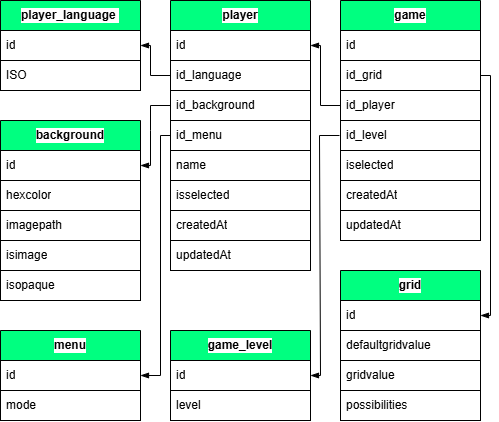
The draw.io diagram .myresources/design_and_modeling/merise/MPD.drawio.png in Lob2018/SudokuFX, before a commit. Source tidied: cells renumbered, new cells last; positions are measured from the earlier drawing's top-left corner, leaving out a move shared by most shapes.
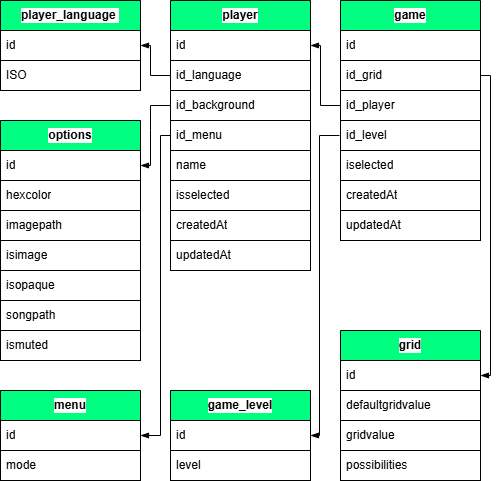
After the commit.

The edit, as a diff of the source:
```diff
@@ -71,7 +71,7 @@
       <mxGeometry y="210" width="140" height="30" as="geometry" />
     </mxCell>
     <mxCell id="23" value="grid" style="swimlane;fontStyle=1;horizontal=1;startSize=30;whiteSpace=wrap;html=1;swimlaneLine=1;fontColor=#000000;labelBorderColor=none;strokeColor=#000000;fillColor=#00FF80;swimlaneFillColor=none;gradientColor=none;labelBackgroundColor=#FFFFFF;" parent="1" vertex="1">
-      <mxGeometry x="340" y="270" width="140" height="150" as="geometry" />
+      <mxGeometry x="340" y="330" width="140" height="150" as="geometry" />
     </mxCell>
     <mxCell id="24" value="id" style="text;strokeColor=#000000;fillColor=#FFFFFF;align=left;verticalAlign=middle;spacingLeft=4;spacingRight=4;overflow=hidden;points=[[0,0.5],[1,0.5]];portConstraint=eastwest;whiteSpace=wrap;html=1;fontColor=#000000;labelBorderColor=none;swimlaneFillColor=none;gradientColor=none;labelBackgroundColor=#FFFFFF;" parent="23" vertex="1">
       <mxGeometry y="30" width="140" height="30" as="geometry" />
@@ -85,8 +85,8 @@
     <mxCell id="27" value="possibilities" style="text;strokeColor=#000000;fillColor=#FFFFFF;align=left;verticalAlign=middle;spacingLeft=4;spacingRight=4;overflow=hidden;whiteSpace=wrap;html=1;fontColor=#000000;labelBorderColor=none;swimlaneFillColor=none;gradientColor=none;labelBackgroundColor=#FFFFFF;" parent="23" vertex="1">
       <mxGeometry y="120" width="140" height="30" as="geometry" />
     </mxCell>
-    <mxCell id="28" value="background" style="swimlane;fontStyle=1;horizontal=1;startSize=30;whiteSpace=wrap;html=1;swimlaneLine=1;fontColor=#000000;labelBorderColor=none;strokeColor=#000000;fillColor=#00FF80;swimlaneFillColor=none;gradientColor=none;labelBackgroundColor=#FFFFFF;" parent="1" vertex="1">
-      <mxGeometry y="120" width="140" height="150" as="geometry" />
+    <mxCell id="28" value="options" style="swimlane;fontStyle=1;horizontal=1;startSize=30;whiteSpace=wrap;html=1;swimlaneLine=1;fontColor=#000000;labelBorderColor=none;strokeColor=#000000;fillColor=#00FF80;swimlaneFillColor=none;gradientColor=none;labelBackgroundColor=#FFFFFF;" parent="1" vertex="1">
+      <mxGeometry y="120" width="140" height="240" as="geometry" />
     </mxCell>
     <mxCell id="29" value="id" style="text;strokeColor=#000000;fillColor=#FFFFFF;align=left;verticalAlign=middle;spacingLeft=4;spacingRight=4;overflow=hidden;points=[[0,0.5],[1,0.5]];portConstraint=eastwest;whiteSpace=wrap;html=1;fontColor=#000000;labelBorderColor=none;swimlaneFillColor=none;gradientColor=none;labelBackgroundColor=#FFFFFF;" parent="28" vertex="1">
       <mxGeometry y="30" width="140" height="30" as="geometry" />
@@ -100,11 +100,20 @@
     <mxCell id="32" value="isimage" style="text;strokeColor=#000000;fillColor=#FFFFFF;align=left;verticalAlign=middle;spacingLeft=4;spacingRight=4;overflow=hidden;whiteSpace=wrap;html=1;fontColor=#000000;labelBorderColor=none;swimlaneFillColor=none;gradientColor=none;labelBackgroundColor=#FFFFFF;" parent="28" vertex="1">
       <mxGeometry y="120" width="140" height="30" as="geometry" />
     </mxCell>
+    <mxCell id="44" value="isopaque" style="text;strokeColor=#000000;fillColor=#FFFFFF;align=left;verticalAlign=middle;spacingLeft=4;spacingRight=4;overflow=hidden;whiteSpace=wrap;html=1;fontColor=#000000;labelBorderColor=none;swimlaneFillColor=none;gradientColor=none;labelBackgroundColor=#FFFFFF;" parent="28" vertex="1">
+      <mxGeometry y="150" width="140" height="30" as="geometry" />
+    </mxCell>
+    <mxCell id="45" value="songpath" style="text;strokeColor=#000000;fillColor=#FFFFFF;align=left;verticalAlign=middle;spacingLeft=4;spacingRight=4;overflow=hidden;whiteSpace=wrap;html=1;fontColor=#000000;labelBorderColor=none;swimlaneFillColor=none;gradientColor=none;labelBackgroundColor=#FFFFFF;" parent="28" vertex="1">
+      <mxGeometry y="180" width="140" height="30" as="geometry" />
+    </mxCell>
+    <mxCell id="46" value="ismuted" style="text;strokeColor=#000000;fillColor=#FFFFFF;align=left;verticalAlign=middle;spacingLeft=4;spacingRight=4;overflow=hidden;whiteSpace=wrap;html=1;fontColor=#000000;labelBorderColor=none;swimlaneFillColor=none;gradientColor=none;labelBackgroundColor=#FFFFFF;" parent="28" vertex="1">
+      <mxGeometry y="210" width="140" height="30" as="geometry" />
+    </mxCell>
     <mxCell id="33" style="edgeStyle=none;html=1;strokeColor=#000000;endArrow=blockThin;endFill=1;entryX=1;entryY=0.5;entryDx=0;entryDy=0;rounded=0;exitX=1;exitY=0.5;exitDx=0;exitDy=0;" parent="1" edge="1" source="17" target="24">
       <mxGeometry relative="1" as="geometry">
         <Array as="points">
           <mxPoint x="490" y="75" />
-          <mxPoint x="490" y="315" />
+          <mxPoint x="490" y="375" />
         </Array>
       </mxGeometry>
     </mxCell>
@@ -126,7 +135,7 @@
       </mxGeometry>
     </mxCell>
     <mxCell id="36" value="game_level" style="swimlane;fontStyle=1;horizontal=1;startSize=30;whiteSpace=wrap;html=1;swimlaneLine=1;fontColor=#000000;labelBorderColor=none;strokeColor=#000000;fillColor=#00FF80;swimlaneFillColor=none;gradientColor=none;labelBackgroundColor=#FFFFFF;" parent="1" vertex="1">
-      <mxGeometry x="170" y="330" width="140" height="90" as="geometry" />
+      <mxGeometry x="170" y="390" width="140" height="90" as="geometry" />
     </mxCell>
     <mxCell id="37" value="id" style="text;strokeColor=#000000;fillColor=#FFFFFF;align=left;verticalAlign=middle;spacingLeft=4;spacingRight=4;overflow=hidden;points=[[0,0.5],[1,0.5]];portConstraint=eastwest;whiteSpace=wrap;html=1;fontColor=#000000;labelBorderColor=none;swimlaneFillColor=none;gradientColor=none;labelBackgroundColor=#FFFFFF;" parent="36" vertex="1">
       <mxGeometry y="30" width="140" height="30" as="geometry" />
@@ -139,12 +148,12 @@
         <mxPoint x="339" y="135" as="sourcePoint" />
         <Array as="points">
           <mxPoint x="319" y="135" />
-          <mxPoint x="320" y="375" />
+          <mxPoint x="319" y="435" />
         </Array>
       </mxGeometry>
     </mxCell>
     <mxCell id="40" value="menu" style="swimlane;fontStyle=1;horizontal=1;startSize=30;whiteSpace=wrap;html=1;swimlaneLine=1;fontColor=#000000;labelBorderColor=none;strokeColor=#000000;fillColor=#00FF80;swimlaneFillColor=none;gradientColor=none;labelBackgroundColor=#FFFFFF;" parent="1" vertex="1">
-      <mxGeometry y="330" width="140" height="90" as="geometry" />
+      <mxGeometry y="390" width="140" height="90" as="geometry" />
     </mxCell>
     <mxCell id="41" value="id" style="text;strokeColor=#000000;fillColor=#FFFFFF;align=left;verticalAlign=middle;spacingLeft=4;spacingRight=4;overflow=hidden;points=[[0,0.5],[1,0.5]];portConstraint=eastwest;whiteSpace=wrap;html=1;fontColor=#000000;labelBorderColor=none;swimlaneFillColor=none;gradientColor=none;labelBackgroundColor=#FFFFFF;" parent="40" vertex="1">
       <mxGeometry y="30" width="140" height="30" as="geometry" />
@@ -156,12 +165,9 @@
       <mxGeometry relative="1" as="geometry">
         <Array as="points">
           <mxPoint x="160" y="135" />
-          <mxPoint x="160" y="375" />
+          <mxPoint x="160" y="435" />
         </Array>
       </mxGeometry>
     </mxCell>
-    <mxCell id="44" value="isopaque" style="text;strokeColor=#000000;fillColor=#FFFFFF;align=left;verticalAlign=middle;spacingLeft=4;spacingRight=4;overflow=hidden;whiteSpace=wrap;html=1;fontColor=#000000;labelBorderColor=none;swimlaneFillColor=none;gradientColor=none;labelBackgroundColor=#FFFFFF;" parent="1" vertex="1">
-      <mxGeometry y="270" width="140" height="30" as="geometry" />
-    </mxCell>
   </root>
 </mxGraphModel>
```
